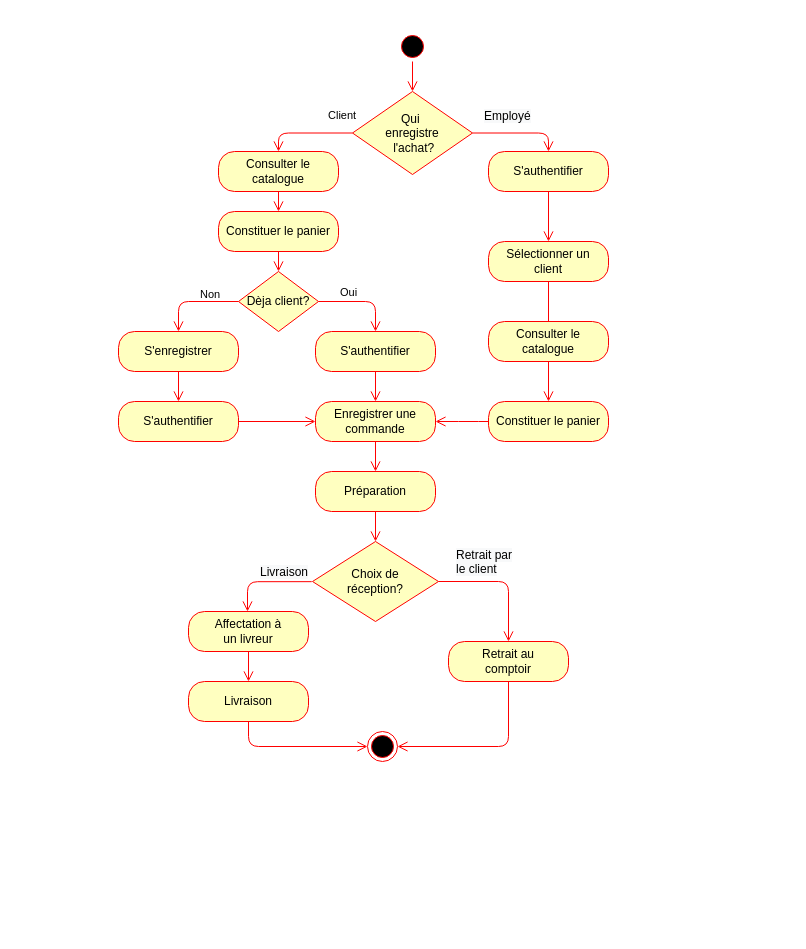
The draw.io diagram life cycle Diagram.drawio in Maayaavi/OC_Project_4, before the edit. Source tidied: cells renumbered, new cells numbered last; positions are measured from the earlier drawing's top-left corner, leaving out a move shared by most shapes. Both pictures are drawn from the tidied source at 100%, with x=0, y=0 at pixel (118, 31).
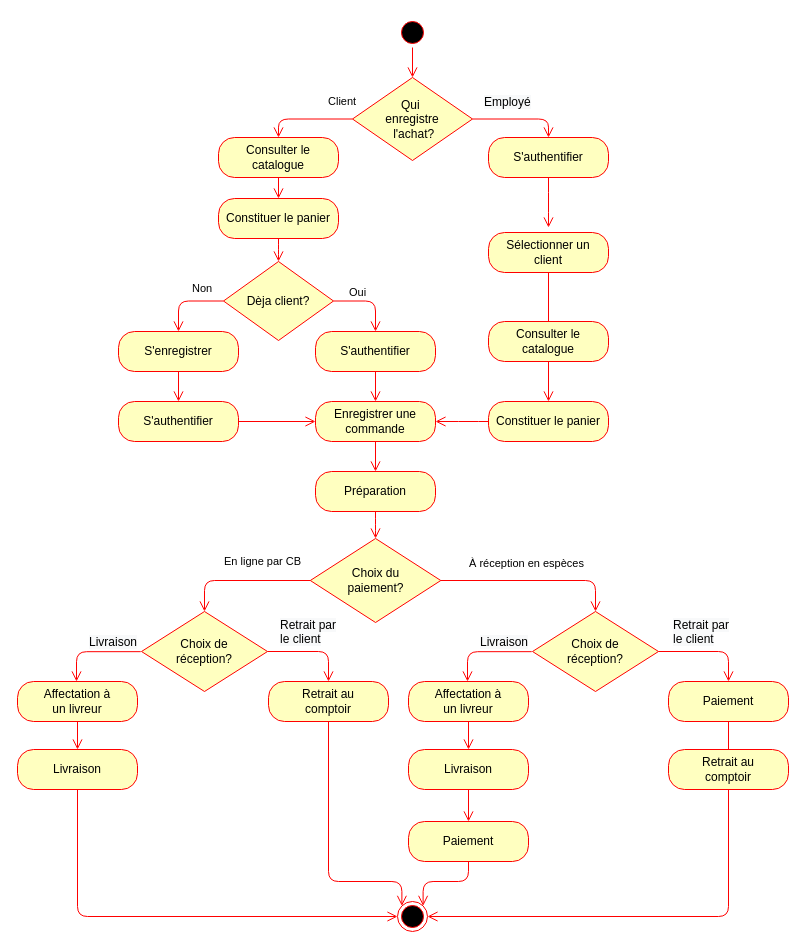
Above is the later version.

Unchanged cells that the change refers to:
```xml
<mxCell id="12" value="S'enregistrer" style="rounded=1;whiteSpace=wrap;html=1;arcSize=40;fontColor=#000000;fillColor=#ffffc0;strokeColor=#ff0000;" parent="1" vertex="1">
  <mxGeometry y="300" width="120" height="40" as="geometry" />
</mxCell>
<mxCell id="16" value="S'authentifier" style="rounded=1;whiteSpace=wrap;html=1;arcSize=40;fontColor=#000000;fillColor=#ffffc0;strokeColor=#ff0000;" parent="1" vertex="1">
  <mxGeometry x="197" y="300" width="120" height="40" as="geometry" />
</mxCell>
<mxCell id="18" value="Enregistrer une commande" style="rounded=1;whiteSpace=wrap;html=1;arcSize=40;fontColor=#000000;fillColor=#ffffc0;strokeColor=#ff0000;" parent="1" vertex="1">
  <mxGeometry x="197" y="370" width="120" height="40" as="geometry" />
</mxCell>
```

What changed in the source:
```diff
@@
     <mxCell id="2" value="Consulter le catalogue" style="rounded=1;whiteSpace=wrap;html=1;arcSize=40;fontColor=#000000;fillColor=#ffffc0;strokeColor=#ff0000;" parent="1" vertex="1">
-      <mxGeometry x="100" y="120" width="120" height="40" as="geometry" />
+      <mxGeometry x="100" y="106" width="120" height="40" as="geometry" />
     </mxCell>
@@
     <mxCell id="4" value="Constituer le panier" style="rounded=1;whiteSpace=wrap;html=1;arcSize=40;fontColor=#000000;fillColor=#ffffc0;strokeColor=#ff0000;" parent="1" vertex="1">
-      <mxGeometry x="100" y="180" width="120" height="40" as="geometry" />
+      <mxGeometry x="100" y="167" width="120" height="40" as="geometry" />
     </mxCell>
-    <mxCell id="5" style="edgeStyle=orthogonalEdgeStyle;html=1;verticalAlign=bottom;endArrow=open;endSize=8;strokeColor=#ff0000;exitX=0.5;exitY=1;exitDx=0;exitDy=0;entryX=0.5;entryY=0;entryDx=0;entryDy=0;" parent="1" edge="1" source="4" target="9">
-      <mxGeometry relative="1" as="geometry" />
+    <mxCell id="5" style="edgeStyle=orthogonalEdgeStyle;html=1;verticalAlign=bottom;endArrow=open;endSize=8;strokeColor=#ff0000;exitX=0.5;exitY=1;exitDx=0;exitDy=0;" parent="1" edge="1" source="4">
+      <mxGeometry relative="1" as="geometry">
+        <mxPoint x="160" y="230" as="targetPoint" />
+      </mxGeometry>
     </mxCell>
     <mxCell id="6" value="Qui&amp;nbsp;&lt;br&gt;enregistre&lt;br&gt;&amp;nbsp;l'achat?" style="rhombus;whiteSpace=wrap;html=1;fillColor=#ffffc0;strokeColor=#ff0000;" parent="1" vertex="1">
-      <mxGeometry x="234" y="60" width="120" height="83" as="geometry" />
+      <mxGeometry x="234" y="46" width="120" height="83" as="geometry" />
     </mxCell>
@@
     <mxCell id="8" value="Client" style="edgeStyle=orthogonalEdgeStyle;html=1;align=left;verticalAlign=top;endArrow=open;endSize=8;strokeColor=#ff0000;exitX=0;exitY=0.5;exitDx=0;exitDy=0;entryX=0.5;entryY=0;entryDx=0;entryDy=0;" parent="1" edge="1" source="6" target="2">
       <mxGeometry x="-0.43" y="-31" relative="1" as="geometry">
         <Array as="points">
-          <mxPoint x="160" y="102" />
+          <mxPoint x="160" y="88" />
         </Array>
       </mxGeometry>
     </mxCell>
     <mxCell id="9" value="Dèja client?" style="rhombus;whiteSpace=wrap;html=1;fillColor=#ffffc0;strokeColor=#ff0000;" parent="1" vertex="1">
-      <mxGeometry x="120" y="240" width="80" height="60" as="geometry" />
+      <mxGeometry x="105" y="230" width="110" height="79" as="geometry" />
     </mxCell>
     <mxCell id="10" value="Oui" style="edgeStyle=orthogonalEdgeStyle;html=1;align=left;verticalAlign=bottom;endArrow=open;endSize=8;strokeColor=#ff0000;entryX=0.5;entryY=0;entryDx=0;entryDy=0;exitX=1;exitY=0.5;exitDx=0;exitDy=0;" parent="1" edge="1" source="9" target="16">
-      <mxGeometry x="-0.54" relative="1" as="geometry" />
+      <mxGeometry x="-0.61" relative="1" as="geometry">
+        <Array as="points">
+          <mxPoint x="215" y="270" />
+          <mxPoint x="257" y="270" />
+        </Array>
+      </mxGeometry>
     </mxCell>
     <mxCell id="11" value="Non" style="edgeStyle=orthogonalEdgeStyle;html=1;align=left;verticalAlign=top;endArrow=open;endSize=8;strokeColor=#ff0000;exitX=0;exitY=0.5;exitDx=0;exitDy=0;entryX=0.5;entryY=0;entryDx=0;entryDy=0;" parent="1" edge="1" source="9" target="12">
-      <mxGeometry x="-0.11" y="-20" relative="1" as="geometry">
+      <mxGeometry x="-0.12" y="-26" relative="1" as="geometry">
         <Array as="points">
+          <mxPoint x="105" y="270" />
           <mxPoint x="60" y="270" />
         </Array>
       </mxGeometry>
     </mxCell>
@@
-    <mxCell id="19" style="edgeStyle=orthogonalEdgeStyle;html=1;verticalAlign=bottom;endArrow=open;endSize=8;strokeColor=#ff0000;entryX=0.5;entryY=0;entryDx=0;entryDy=0;" parent="1" edge="1" source="18" target="20">
+    <mxCell id="19" style="edgeStyle=orthogonalEdgeStyle;html=1;verticalAlign=bottom;endArrow=open;endSize=8;strokeColor=#ff0000;entryX=0.5;entryY=0;entryDx=0;entryDy=0;" parent="1" edge="1" source="20" target="42">
       <mxGeometry relative="1" as="geometry" />
     </mxCell>
-    <mxCell id="20" value="Préparation" style="rounded=1;whiteSpace=wrap;html=1;arcSize=40;fontColor=#000000;fillColor=#ffffc0;strokeColor=#ff0000;" parent="1" vertex="1">
-      <mxGeometry x="197" y="440" width="120" height="40" as="geometry" />
-    </mxCell>
-    <mxCell id="21" style="edgeStyle=orthogonalEdgeStyle;html=1;verticalAlign=bottom;endArrow=open;endSize=8;strokeColor=#ff0000;entryX=0.5;entryY=0;entryDx=0;entryDy=0;" parent="1" edge="1" source="20" target="24">
-      <mxGeometry relative="1" as="geometry" />
-    </mxCell>
     <mxCell id="22" value="S'authentifier" style="rounded=1;whiteSpace=wrap;html=1;arcSize=40;fontColor=#000000;fillColor=#ffffc0;strokeColor=#ff0000;" parent="1" vertex="1">
-      <mxGeometry x="370" y="120" width="120" height="40" as="geometry" />
+      <mxGeometry x="370" y="106" width="120" height="40" as="geometry" />
     </mxCell>
-    <mxCell id="23" style="edgeStyle=orthogonalEdgeStyle;html=1;verticalAlign=bottom;endArrow=open;endSize=8;strokeColor=#ff0000;entryX=0.5;entryY=0;entryDx=0;entryDy=0;" parent="1" edge="1" source="22" target="36">
-      <mxGeometry relative="1" as="geometry" />
+    <mxCell id="23" style="edgeStyle=orthogonalEdgeStyle;html=1;verticalAlign=bottom;endArrow=open;endSize=8;strokeColor=#ff0000;entryX=0.5;entryY=0;entryDx=0;entryDy=0;" parent="1" edge="1" source="22">
+      <mxGeometry relative="1" as="geometry">
+        <mxPoint x="430" y="196" as="targetPoint" />
+      </mxGeometry>
     </mxCell>
     <mxCell id="24" value="Choix de&lt;br&gt;réception?" style="rhombus;whiteSpace=wrap;html=1;fillColor=#ffffc0;strokeColor=#ff0000;" parent="1" vertex="1">
-      <mxGeometry x="194" y="510" width="126" height="80" as="geometry" />
+      <mxGeometry x="23" y="580" width="126" height="80" as="geometry" />
     </mxCell>
     <mxCell id="25" value="&lt;span style=&quot;font-size: 12px ; text-align: center ; white-space: normal ; background-color: rgb(248 , 249 , 250)&quot;&gt;Livraison&lt;/span&gt;" style="edgeStyle=orthogonalEdgeStyle;html=1;align=left;verticalAlign=bottom;endArrow=open;endSize=8;strokeColor=#ff0000;entryX=0.5;entryY=0;entryDx=0;entryDy=0;exitX=-0.006;exitY=0.502;exitDx=0;exitDy=0;exitPerimeter=0;" parent="1" edge="1" source="24">
       <mxGeometry x="0.13" relative="1" as="geometry">
-        <mxPoint x="129" y="580" as="targetPoint" />
+        <mxPoint x="-42" y="650" as="targetPoint" />
         <Array as="points">
-          <mxPoint x="129" y="550" />
+          <mxPoint x="-42" y="620" />
         </Array>
       </mxGeometry>
     </mxCell>
-    <mxCell id="26" value="&lt;span style=&quot;font-size: 12px ; text-align: center ; white-space: normal ; background-color: rgb(248 , 249 , 250)&quot;&gt;Retrait&amp;nbsp;&lt;/span&gt;&lt;span style=&quot;font-size: 12px ; text-align: center ; white-space: normal ; background-color: rgb(248 , 249 , 250)&quot;&gt;par le client&lt;/span&gt;" style="edgeStyle=orthogonalEdgeStyle;html=1;align=left;verticalAlign=top;endArrow=open;endSize=8;strokeColor=#ff0000;" parent="1" edge="1" source="24" target="29">
+    <mxCell id="26" value="&lt;span style=&quot;font-size: 12px ; text-align: center ; white-space: normal ; background-color: rgb(248 , 249 , 250)&quot;&gt;Retrait&amp;nbsp;&lt;/span&gt;&lt;span style=&quot;font-size: 12px ; text-align: center ; white-space: normal ; background-color: rgb(248 , 249 , 250)&quot;&gt;par le client&lt;/span&gt;" style="edgeStyle=orthogonalEdgeStyle;html=1;align=left;verticalAlign=top;endArrow=open;endSize=8;strokeColor=#ff0000;entryX=0.5;entryY=0;entryDx=0;entryDy=0;" parent="1" edge="1" source="24" target="29">
       <mxGeometry x="-0.75" y="40" relative="1" as="geometry" />
     </mxCell>
     <mxCell id="27" value="Affectation à&lt;br&gt;un livreur" style="rounded=1;whiteSpace=wrap;html=1;arcSize=40;fontColor=#000000;fillColor=#ffffc0;strokeColor=#ff0000;" parent="1" vertex="1">
-      <mxGeometry x="70" y="580" width="120" height="40" as="geometry" />
+      <mxGeometry x="-101" y="650" width="120" height="40" as="geometry" />
     </mxCell>
@@
     <mxCell id="29" value="Retrait au&lt;br&gt;comptoir" style="rounded=1;whiteSpace=wrap;html=1;arcSize=40;fontColor=#000000;fillColor=#ffffc0;strokeColor=#ff0000;" parent="1" vertex="1">
-      <mxGeometry x="330" y="610" width="120" height="40" as="geometry" />
+      <mxGeometry x="150" y="650" width="120" height="40" as="geometry" />
     </mxCell>
-    <mxCell id="30" style="edgeStyle=orthogonalEdgeStyle;html=1;verticalAlign=bottom;endArrow=open;endSize=8;strokeColor=#ff0000;entryX=1;entryY=0.5;entryDx=0;entryDy=0;exitX=0.5;exitY=1;exitDx=0;exitDy=0;" parent="1" edge="1" source="29" target="33">
+    <mxCell id="30" style="edgeStyle=orthogonalEdgeStyle;html=1;verticalAlign=bottom;endArrow=open;endSize=8;strokeColor=#ff0000;exitX=0.5;exitY=1;exitDx=0;exitDy=0;entryX=0;entryY=0;entryDx=0;entryDy=0;" parent="1" edge="1" source="29" target="54">
       <mxGeometry relative="1" as="geometry">
         <Array as="points">
-          <mxPoint x="390" y="715" />
+          <mxPoint x="210" y="850" />
+          <mxPoint x="283" y="850" />
         </Array>
       </mxGeometry>
     </mxCell>
     <mxCell id="31" value="Livraison" style="rounded=1;whiteSpace=wrap;html=1;arcSize=40;fontColor=#000000;fillColor=#ffffc0;strokeColor=#ff0000;" parent="1" vertex="1">
-      <mxGeometry x="70" y="650" width="120" height="40" as="geometry" />
+      <mxGeometry x="-101" y="718" width="120" height="40" as="geometry" />
     </mxCell>
-    <mxCell id="32" style="edgeStyle=orthogonalEdgeStyle;html=1;verticalAlign=bottom;endArrow=open;endSize=8;strokeColor=#ff0000;entryX=0;entryY=0.5;entryDx=0;entryDy=0;exitX=0.5;exitY=1;exitDx=0;exitDy=0;" parent="1" edge="1" source="31" target="33">
-      <mxGeometry relative="1" as="geometry" />
+    <mxCell id="32" style="edgeStyle=orthogonalEdgeStyle;html=1;verticalAlign=bottom;endArrow=open;endSize=8;strokeColor=#ff0000;exitX=0.5;exitY=1;exitDx=0;exitDy=0;entryX=0;entryY=0.5;entryDx=0;entryDy=0;" parent="1" edge="1" source="31" target="54">
+      <mxGeometry relative="1" as="geometry">
+        <Array as="points">
+          <mxPoint x="-41" y="885" />
+        </Array>
+      </mxGeometry>
     </mxCell>
-    <mxCell id="33" style="ellipse;html=1;shape=endState;fillColor=#000000;strokeColor=#ff0000;" parent="1" vertex="1">
-      <mxGeometry x="249" y="700" width="30" height="30" as="geometry" />
-    </mxCell>
     <mxCell id="34" style="ellipse;html=1;shape=startState;fillColor=#000000;strokeColor=#ff0000;" parent="1" vertex="1">
-      <mxGeometry x="279" width="30" height="30" as="geometry" />
+      <mxGeometry x="279" y="-14" width="30" height="30" as="geometry" />
     </mxCell>
@@
     <mxCell id="36" value="Sélectionner un&lt;br&gt;client" style="rounded=1;whiteSpace=wrap;html=1;arcSize=40;fontColor=#000000;fillColor=#ffffc0;strokeColor=#ff0000;" parent="1" vertex="1">
-      <mxGeometry x="370" y="210" width="120" height="40" as="geometry" />
+      <mxGeometry x="370" y="201" width="120" height="40" as="geometry" />
     </mxCell>
@@
+    <mxCell id="42" value="Choix du &lt;br&gt;paiement?" style="rhombus;whiteSpace=wrap;html=1;fillColor=#ffffc0;strokeColor=#ff0000;" parent="1" vertex="1">
+      <mxGeometry x="191.8" y="507" width="130.5" height="84" as="geometry" />
+    </mxCell>
+    <mxCell id="43" value="À réception en espèces" style="edgeStyle=orthogonalEdgeStyle;html=1;align=left;verticalAlign=bottom;endArrow=open;endSize=8;strokeColor=#ff0000;exitX=1;exitY=0.5;exitDx=0;exitDy=0;" parent="1" edge="1" source="42" target="45">
+      <mxGeometry x="-0.71" y="8" relative="1" as="geometry">
+        <Array as="points">
+          <mxPoint x="477" y="549" />
+        </Array>
+      </mxGeometry>
+    </mxCell>
+    <mxCell id="44" value="En ligne par CB" style="edgeStyle=orthogonalEdgeStyle;html=1;align=left;verticalAlign=top;endArrow=open;endSize=8;strokeColor=#ff0000;entryX=0.5;entryY=0;entryDx=0;entryDy=0;" parent="1" edge="1" source="42" target="24">
+      <mxGeometry x="0.28" y="-32" relative="1" as="geometry" />
+    </mxCell>
+    <mxCell id="45" value="Choix de&lt;br&gt;réception?" style="rhombus;whiteSpace=wrap;html=1;fillColor=#ffffc0;strokeColor=#ff0000;" parent="1" vertex="1">
+      <mxGeometry x="414" y="580" width="126" height="80" as="geometry" />
+    </mxCell>
+    <mxCell id="46" value="&lt;span style=&quot;font-size: 12px ; text-align: center ; white-space: normal ; background-color: rgb(248 , 249 , 250)&quot;&gt;Livraison&lt;/span&gt;" style="edgeStyle=orthogonalEdgeStyle;html=1;align=left;verticalAlign=bottom;endArrow=open;endSize=8;strokeColor=#ff0000;entryX=0.5;entryY=0;entryDx=0;entryDy=0;exitX=-0.006;exitY=0.502;exitDx=0;exitDy=0;exitPerimeter=0;" parent="1" edge="1" source="45">
+      <mxGeometry x="0.13" relative="1" as="geometry">
+        <mxPoint x="349" y="650" as="targetPoint" />
+        <Array as="points">
+          <mxPoint x="349" y="620" />
+        </Array>
+      </mxGeometry>
+    </mxCell>
+    <mxCell id="47" value="&lt;span style=&quot;font-size: 12px ; text-align: center ; white-space: normal ; background-color: rgb(248 , 249 , 250)&quot;&gt;Retrait&amp;nbsp;&lt;/span&gt;&lt;span style=&quot;font-size: 12px ; text-align: center ; white-space: normal ; background-color: rgb(248 , 249 , 250)&quot;&gt;par le client&lt;/span&gt;" style="edgeStyle=orthogonalEdgeStyle;html=1;align=left;verticalAlign=top;endArrow=open;endSize=8;strokeColor=#ff0000;entryX=0.5;entryY=0;entryDx=0;entryDy=0;" parent="1" edge="1" source="45" target="50">
+      <mxGeometry x="-0.75" y="40" relative="1" as="geometry" />
+    </mxCell>
+    <mxCell id="48" value="Affectation à&lt;br&gt;un livreur" style="rounded=1;whiteSpace=wrap;html=1;arcSize=40;fontColor=#000000;fillColor=#ffffc0;strokeColor=#ff0000;" parent="1" vertex="1">
+      <mxGeometry x="290" y="650" width="120" height="40" as="geometry" />
+    </mxCell>
+    <mxCell id="49" style="edgeStyle=orthogonalEdgeStyle;html=1;verticalAlign=bottom;endArrow=open;endSize=8;strokeColor=#ff0000;entryX=0.5;entryY=0;entryDx=0;entryDy=0;" parent="1" edge="1" source="48" target="52">
+      <mxGeometry relative="1" as="geometry" />
+    </mxCell>
+    <mxCell id="50" value="Paiement" style="rounded=1;whiteSpace=wrap;html=1;arcSize=40;fontColor=#000000;fillColor=#ffffc0;strokeColor=#ff0000;" parent="1" vertex="1">
+      <mxGeometry x="550" y="650" width="120" height="40" as="geometry" />
+    </mxCell>
+    <mxCell id="51" style="edgeStyle=orthogonalEdgeStyle;html=1;verticalAlign=bottom;endArrow=open;endSize=8;strokeColor=#ff0000;exitX=0.5;exitY=1;exitDx=0;exitDy=0;entryX=0.5;entryY=0;entryDx=0;entryDy=0;" parent="1" edge="1" source="50" target="57">
+      <mxGeometry relative="1" as="geometry">
+        <Array as="points">
+          <mxPoint x="610" y="760" />
+          <mxPoint x="610" y="760" />
+        </Array>
+      </mxGeometry>
+    </mxCell>
+    <mxCell id="52" value="Livraison" style="rounded=1;whiteSpace=wrap;html=1;arcSize=40;fontColor=#000000;fillColor=#ffffc0;strokeColor=#ff0000;" parent="1" vertex="1">
+      <mxGeometry x="290" y="718" width="120" height="40" as="geometry" />
+    </mxCell>
+    <mxCell id="53" style="edgeStyle=orthogonalEdgeStyle;html=1;verticalAlign=bottom;endArrow=open;endSize=8;strokeColor=#ff0000;exitX=0.5;exitY=1;exitDx=0;exitDy=0;entryX=0.5;entryY=0;entryDx=0;entryDy=0;" parent="1" edge="1" source="52" target="55">
+      <mxGeometry relative="1" as="geometry">
+        <Array as="points">
+          <mxPoint x="350" y="790" />
+          <mxPoint x="350" y="790" />
+        </Array>
+      </mxGeometry>
+    </mxCell>
+    <mxCell id="54" style="ellipse;html=1;shape=endState;fillColor=#000000;strokeColor=#ff0000;" parent="1" vertex="1">
+      <mxGeometry x="279" y="870" width="30" height="30" as="geometry" />
+    </mxCell>
+    <mxCell id="55" value="Paiement" style="rounded=1;whiteSpace=wrap;html=1;arcSize=40;fontColor=#000000;fillColor=#ffffc0;strokeColor=#ff0000;" parent="1" vertex="1">
+      <mxGeometry x="290" y="790" width="120" height="40" as="geometry" />
+    </mxCell>
+    <mxCell id="56" style="edgeStyle=orthogonalEdgeStyle;html=1;verticalAlign=bottom;endArrow=open;endSize=8;strokeColor=#ff0000;entryX=1;entryY=0;entryDx=0;entryDy=0;" parent="1" edge="1" source="55" target="54">
+      <mxGeometry relative="1" as="geometry">
+        <Array as="points">
+          <mxPoint x="350" y="850" />
+          <mxPoint x="305" y="850" />
+        </Array>
+      </mxGeometry>
+    </mxCell>
+    <mxCell id="57" value="Retrait au&lt;br&gt;comptoir" style="rounded=1;whiteSpace=wrap;html=1;arcSize=40;fontColor=#000000;fillColor=#ffffc0;strokeColor=#ff0000;" parent="1" vertex="1">
+      <mxGeometry x="550" y="718" width="120" height="40" as="geometry" />
+    </mxCell>
+    <mxCell id="58" style="edgeStyle=orthogonalEdgeStyle;html=1;verticalAlign=bottom;endArrow=open;endSize=8;strokeColor=#ff0000;entryX=1;entryY=0.5;entryDx=0;entryDy=0;" parent="1" edge="1" source="57" target="54">
+      <mxGeometry relative="1" as="geometry">
+        <Array as="points">
+          <mxPoint x="610" y="885" />
+        </Array>
+      </mxGeometry>
+    </mxCell>
+    <mxCell id="20" value="Préparation" style="rounded=1;whiteSpace=wrap;html=1;arcSize=40;fontColor=#000000;fillColor=#ffffc0;strokeColor=#ff0000;" parent="1" vertex="1">
+      <mxGeometry x="197" y="440" width="120" height="40" as="geometry" />
+    </mxCell>
+    <mxCell id="59" style="edgeStyle=orthogonalEdgeStyle;html=1;verticalAlign=bottom;endArrow=open;endSize=8;strokeColor=#ff0000;entryX=0.5;entryY=0;entryDx=0;entryDy=0;" parent="1" edge="1" source="18" target="20">
+      <mxGeometry relative="1" as="geometry" />
+    </mxCell>
```
